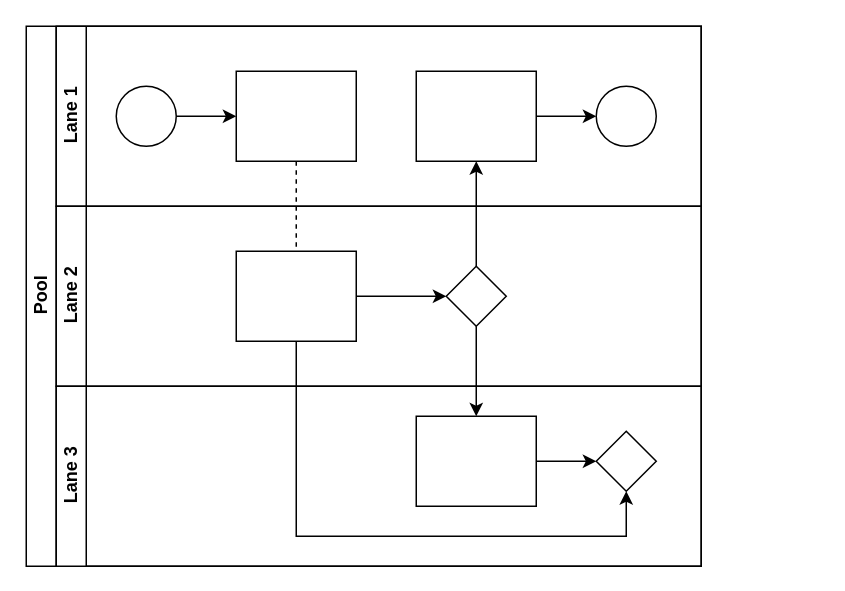
ViMoBr/Ada83_TLALOC keeps this draw.io diagram as doc/Untitled Diagram.drawio. Above is the earlier version. Source tidied: cells renumbered, new cells numbered last; positions are measured from the earlier drawing's top-left corner, leaving out a move shared by most shapes. Both pictures are drawn from the tidied source at 150%, with x=0, y=0 at pixel (26, 26).
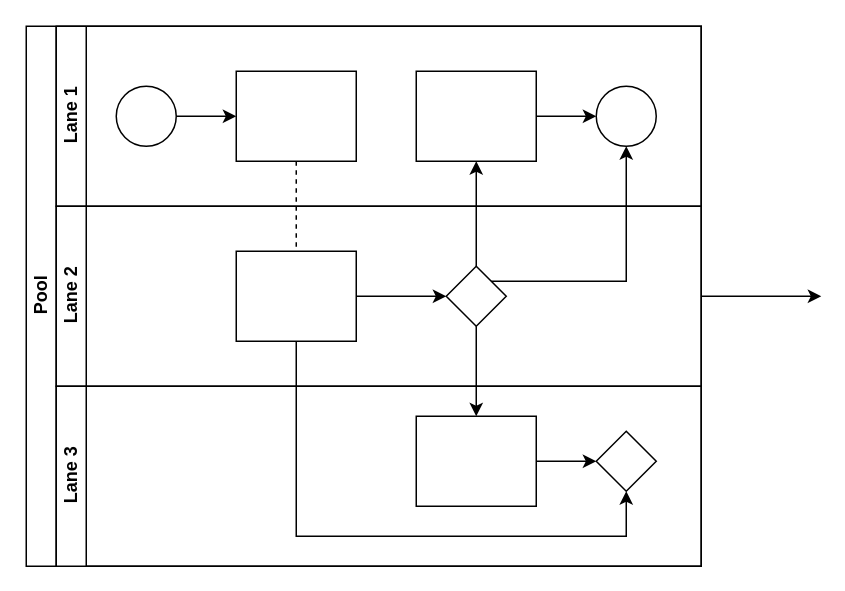
After the change.

Unchanged cells that the change refers to:
```xml
<mxCell id="2" value="Pool" style="swimlane;html=1;horizontal=0;startSize=20;" parent="1" vertex="1">
  <mxGeometry width="450" height="360" as="geometry" />
</mxCell>
<mxCell id="13" style="ellipse;whiteSpace=wrap;html=1;" parent="7" vertex="1">
  <mxGeometry x="360" y="40" width="40" height="40" as="geometry" />
</mxCell>
<mxCell id="14" value="Lane 2" style="swimlane;html=1;startSize=20;horizontal=0;" parent="2" vertex="1">
  <mxGeometry x="20" y="120" width="430" height="120" as="geometry" />
</mxCell>
<mxCell id="17" style="rhombus;whiteSpace=wrap;html=1;fontFamily=Helvetica;fontSize=12;fontColor=#000000;align=center;" parent="14" vertex="1">
  <mxGeometry x="260" y="40" width="40" height="40" as="geometry" />
</mxCell>
```

The edit, as a diff of the source:
```diff
@@
+    <mxCell id="22" style="edgeStyle=orthogonalEdgeStyle;rounded=0;jettySize=auto;html=1;exitX=1;exitY=0.5;exitDx=0;exitDy=0;" parent="2" edge="1" source="14">
+      <mxGeometry relative="1" as="geometry">
+        <mxPoint x="530" y="180" as="targetPoint" />
+      </mxGeometry>
+    </mxCell>
@@
+    <mxCell id="23" style="edgeStyle=orthogonalEdgeStyle;rounded=0;jettySize=auto;html=1;exitX=1;exitY=0;exitDx=0;exitDy=0;" parent="2" edge="1" source="17" target="13">
+      <mxGeometry relative="1" as="geometry" />
+    </mxCell>
```
